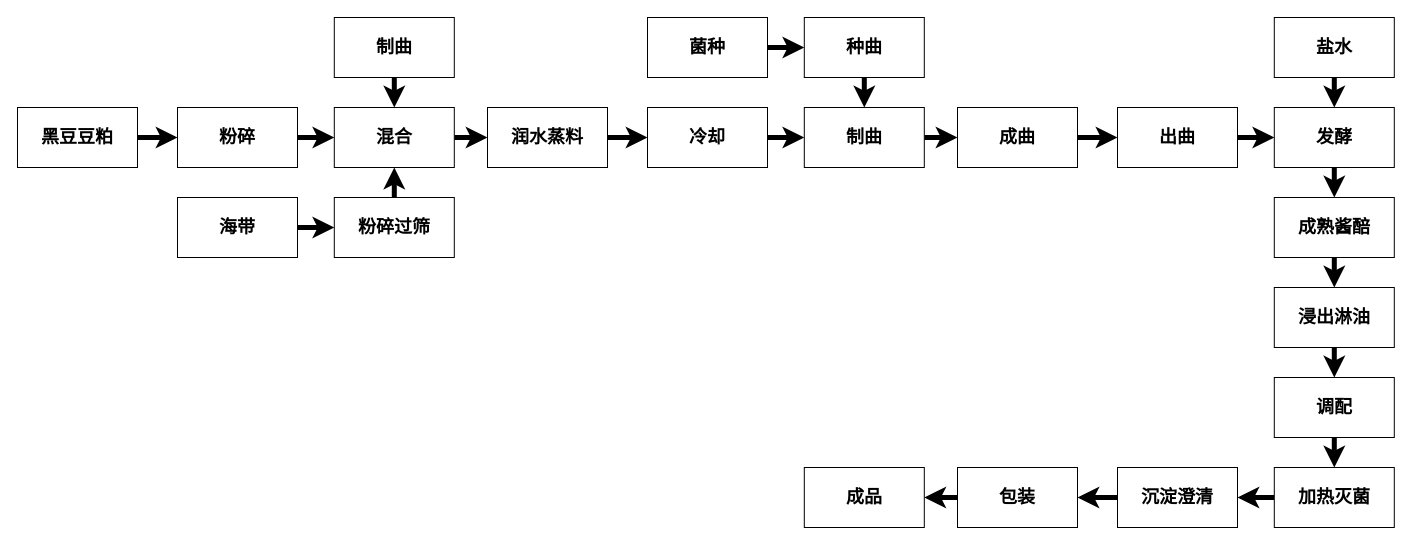
Earlier version of the draw.io diagram Untitled Diagram.drawio (YipengZou/FTE4560Homework). Source tidied: cells renumbered, new cells numbered last; positions are measured from the earlier drawing's top-left corner, leaving out a move shared by most shapes. Both pictures are drawn from the tidied source at 100%, with x=0, y=0 at pixel (17, 17).
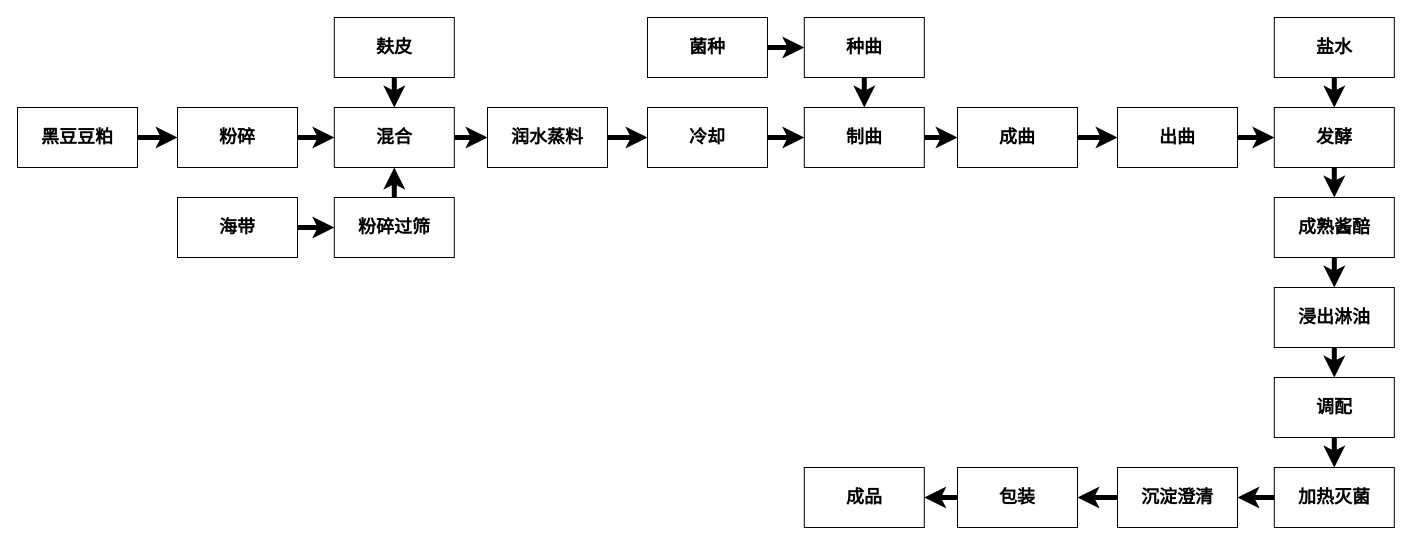
Above is the later version.

Change to the diagram source:
```diff
@@
-    <mxCell id="25" value="&lt;font face=&quot;Noto Serif Simplified Chinese&quot;&gt;&lt;span style=&quot;font-size: 18px;&quot;&gt;&lt;b&gt;制曲&lt;/b&gt;&lt;/span&gt;&lt;/font&gt;" style="rounded=0;whiteSpace=wrap;html=1;" parent="1" vertex="1">
+    <mxCell id="25" value="&lt;font face=&quot;Noto Serif Simplified Chinese&quot;&gt;&lt;span style=&quot;font-size: 18px;&quot;&gt;&lt;b&gt;麸皮&lt;/b&gt;&lt;/span&gt;&lt;/font&gt;" style="rounded=0;whiteSpace=wrap;html=1;" parent="1" vertex="1">
       <mxGeometry x="316.8" width="120" height="60" as="geometry" />
     </mxCell>
```
